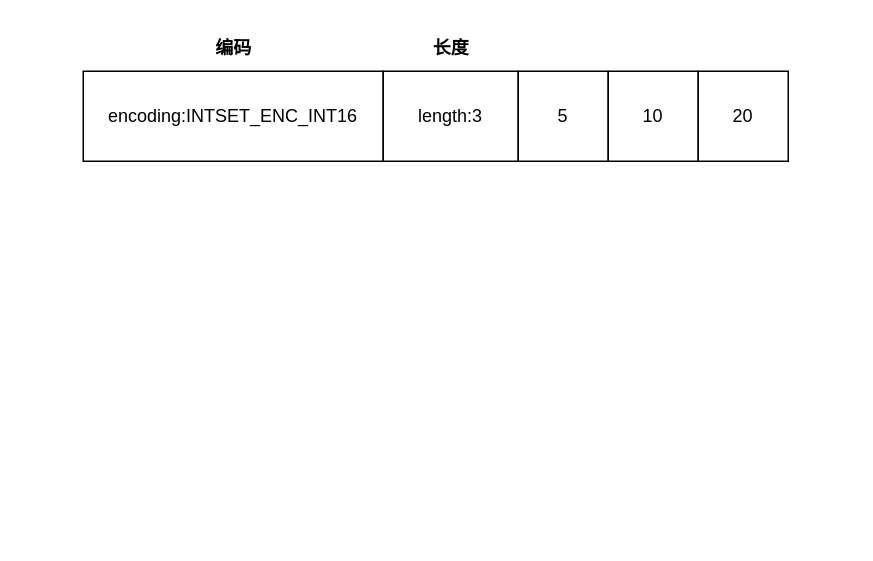
Before: Redis-IntSet.drawio in XuYi-fei/draw.io.sync, a draw.io diagram. Source tidied: cells renumbered, new cells numbered last; positions are measured from the earlier drawing's top-left corner, leaving out a move shared by most shapes. Both pictures are drawn from the tidied source at 150%, with x=0, y=0 at pixel (82, 26).
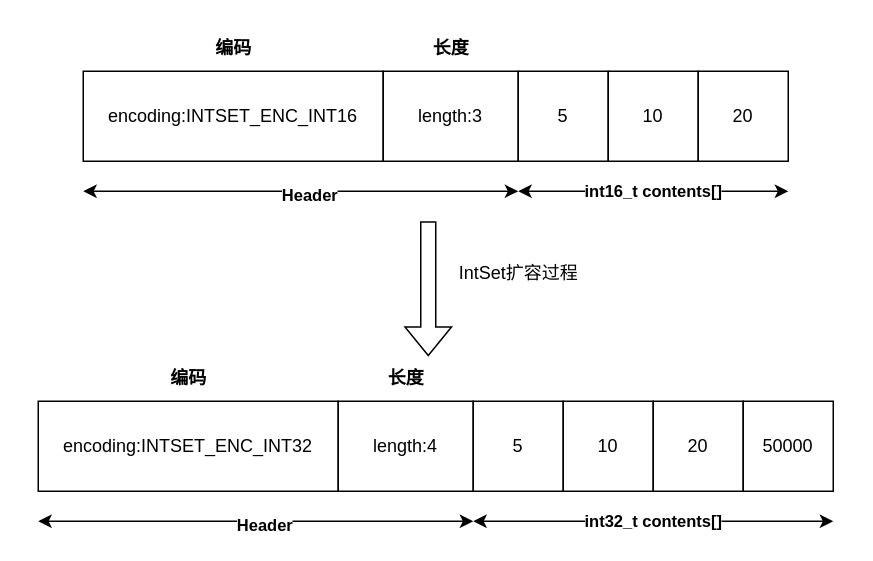
The same diagram, later.

Diff of the diagram source:
```diff
@@
+    <mxCell id="9" style="endArrow=classic;startArrow=classic;html=1;rounded=0;" parent="1" edge="1">
+      <mxGeometry relative="1" as="geometry">
+        <mxPoint y="110" as="sourcePoint" />
+        <mxPoint x="290" y="110" as="targetPoint" />
+      </mxGeometry>
+    </mxCell>
+    <mxCell id="10" value="Header" style="edgeLabel;html=1;align=center;verticalAlign=middle;fontStyle=1;" parent="9" vertex="1">
+      <mxGeometry y="-2" relative="1" as="geometry">
+        <mxPoint x="5" as="offset" />
+      </mxGeometry>
+    </mxCell>
+    <mxCell id="11" value="int16_t contents[]" style="endArrow=classic;startArrow=classic;html=1;rounded=0;fontStyle=1;" parent="1" edge="1">
+      <mxGeometry relative="1" as="geometry">
+        <mxPoint x="290" y="110" as="sourcePoint" />
+        <mxPoint x="470" y="110" as="targetPoint" />
+      </mxGeometry>
+    </mxCell>
+    <mxCell id="12" value="encoding:INTSET_ENC_INT32" style="rounded=0;whiteSpace=wrap;html=1;" parent="1" vertex="1">
+      <mxGeometry x="-30" y="250" width="200" height="60" as="geometry" />
+    </mxCell>
+    <mxCell id="13" value="length:4" style="rounded=0;whiteSpace=wrap;html=1;" parent="1" vertex="1">
+      <mxGeometry x="170" y="250" width="90" height="60" as="geometry" />
+    </mxCell>
+    <mxCell id="14" value="5" style="rounded=0;whiteSpace=wrap;html=1;" parent="1" vertex="1">
+      <mxGeometry x="260" y="250" width="60" height="60" as="geometry" />
+    </mxCell>
+    <mxCell id="15" value="10" style="rounded=0;whiteSpace=wrap;html=1;" parent="1" vertex="1">
+      <mxGeometry x="320" y="250" width="60" height="60" as="geometry" />
+    </mxCell>
+    <mxCell id="16" value="20" style="rounded=0;whiteSpace=wrap;html=1;" parent="1" vertex="1">
+      <mxGeometry x="380" y="250" width="60" height="60" as="geometry" />
+    </mxCell>
+    <mxCell id="17" value="编码" style="text;html=1;align=center;verticalAlign=middle;strokeColor=none;fillColor=none;fontStyle=1;" parent="1" vertex="1">
+      <mxGeometry x="45" y="220" width="50" height="30" as="geometry" />
+    </mxCell>
+    <mxCell id="18" value="长度" style="text;html=1;align=center;verticalAlign=middle;strokeColor=none;fillColor=none;fontStyle=1;" parent="1" vertex="1">
+      <mxGeometry x="190" y="220" width="50" height="30" as="geometry" />
+    </mxCell>
+    <mxCell id="19" style="endArrow=classic;startArrow=classic;html=1;rounded=0;" parent="1" edge="1">
+      <mxGeometry relative="1" as="geometry">
+        <mxPoint x="-30" y="330" as="sourcePoint" />
+        <mxPoint x="260" y="330" as="targetPoint" />
+      </mxGeometry>
+    </mxCell>
+    <mxCell id="20" value="Header" style="edgeLabel;html=1;align=center;verticalAlign=middle;fontStyle=1;" parent="19" vertex="1">
+      <mxGeometry y="-2" relative="1" as="geometry">
+        <mxPoint x="5" as="offset" />
+      </mxGeometry>
+    </mxCell>
+    <mxCell id="21" value="int32_t contents[]" style="endArrow=classic;startArrow=classic;html=1;rounded=0;fontStyle=1;" parent="1" edge="1">
+      <mxGeometry relative="1" as="geometry">
+        <mxPoint x="260" y="330" as="sourcePoint" />
+        <mxPoint x="500" y="330" as="targetPoint" />
+      </mxGeometry>
+    </mxCell>
+    <mxCell id="22" value="50000" style="rounded=0;whiteSpace=wrap;html=1;" parent="1" vertex="1">
+      <mxGeometry x="440" y="250" width="60" height="60" as="geometry" />
+    </mxCell>
+    <mxCell id="23" style="shape=flexArrow;endArrow=classic;html=1;rounded=0;" parent="1" edge="1">
+      <mxGeometry relative="1" as="geometry">
+        <mxPoint x="230" y="130" as="sourcePoint" />
+        <mxPoint x="230" y="220" as="targetPoint" />
+      </mxGeometry>
+    </mxCell>
+    <mxCell id="24" value="IntSet扩容过程" style="text;html=1;align=center;verticalAlign=middle;strokeColor=none;fillColor=none;" parent="1" vertex="1">
+      <mxGeometry x="240" y="150" width="100" height="30" as="geometry" />
+    </mxCell>
```
